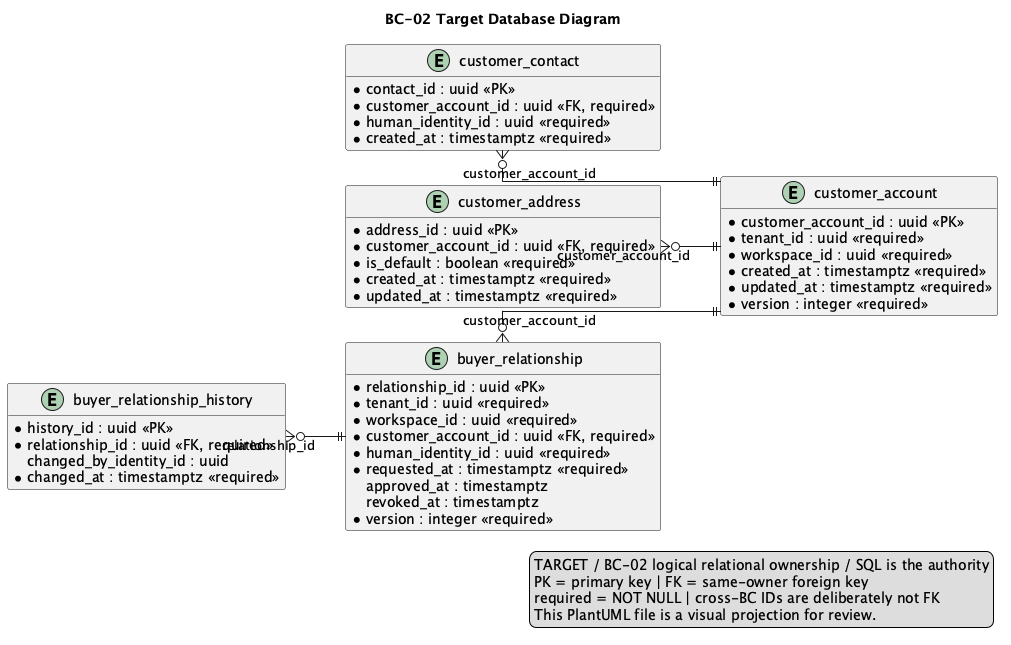
This is 01-shared/domain/bounded-contexts/BC-02-customer-buyer-relationships/data/database-diagram.png from nexa-suite/blueprint, a PlantUML export, as it was before one commit.
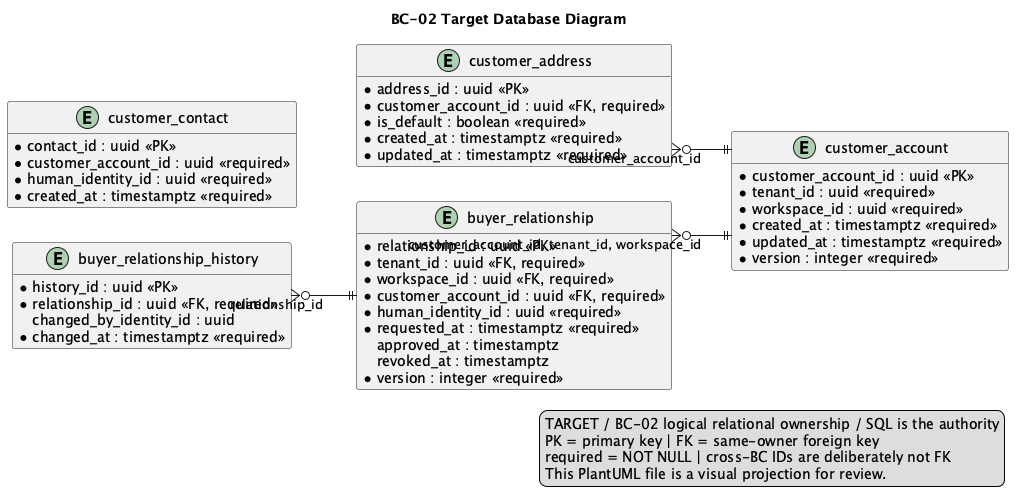
Above is the later version.

What changed in the source:
```diff
@@ -24,7 +24,7 @@
 
 entity "customer_contact" as t_customer_contact {
   * contact_id : uuid <<PK>>
-  * customer_account_id : uuid <<FK, required>>
+  * customer_account_id : uuid <<required>>
   * human_identity_id : uuid <<required>>
   * role : varchar(32) <<required>>
   * status : varchar(32) <<required>>
@@ -49,8 +49,8 @@
 
 entity "buyer_relationship" as t_buyer_relationship {
   * relationship_id : uuid <<PK>>
-  * tenant_id : uuid <<required>>
-  * workspace_id : uuid <<required>>
+  * tenant_id : uuid <<FK, required>>
+  * workspace_id : uuid <<FK, required>>
   * customer_account_id : uuid <<FK, required>>
   * human_identity_id : uuid <<required>>
   * status : varchar(32) <<required>>
@@ -70,9 +70,8 @@
   * changed_at : timestamptz <<required>>
 }
 
-t_customer_contact }o--|| t_customer_account : customer_account_id
 t_customer_address }o--|| t_customer_account : customer_account_id
-t_buyer_relationship }o--|| t_customer_account : customer_account_id
+t_buyer_relationship }o--|| t_customer_account : customer_account_id, tenant_id, workspace_id
 t_buyer_relationship_history }o--|| t_buyer_relationship : relationship_id
 
 legend right
```
